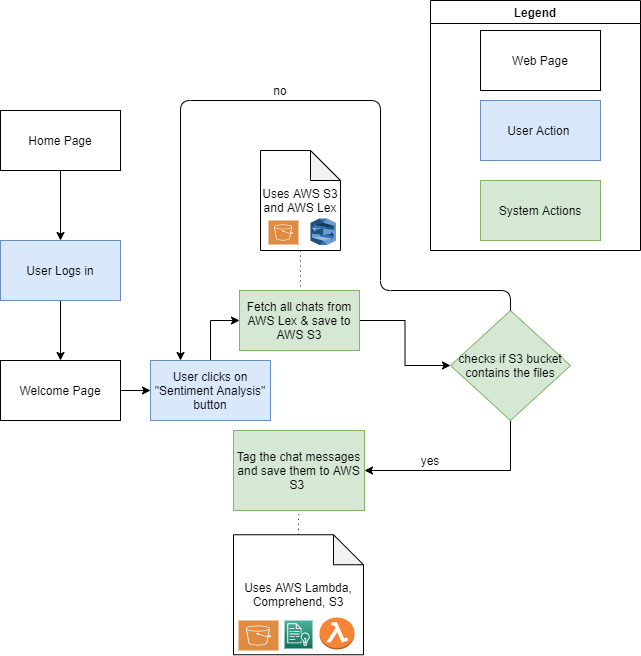
Earlier version of the draw.io export Diagrams/Analysis 2.png (AninditaGuha98/Learning-Management-System-serverless-application). Source tidied: cells renumbered, new cells last; positions are measured from the earlier drawing's top-left corner, leaving out a move shared by most shapes. Source of this version:
```xml
<mxGraphModel>
  <root>
    <mxCell id="0" />
    <mxCell id="1" parent="0" />
    <mxCell id="2" style="edgeStyle=orthogonalEdgeStyle;rounded=0;jettySize=auto;html=1;" parent="1" edge="1" source="3" target="5">
      <mxGeometry relative="1" as="geometry" />
    </mxCell>
    <mxCell id="3" value="Home Page" style="rounded=0;whiteSpace=wrap;html=1;" parent="1" vertex="1">
      <mxGeometry y="110" width="120" height="60" as="geometry" />
    </mxCell>
    <mxCell id="4" style="edgeStyle=orthogonalEdgeStyle;rounded=0;jettySize=auto;html=1;" parent="1" edge="1" source="5" target="6">
      <mxGeometry relative="1" as="geometry" />
    </mxCell>
    <mxCell id="5" value="User Logs in" style="rounded=0;whiteSpace=wrap;html=1;fillColor=#dae8fc;strokeColor=#6c8ebf;" parent="1" vertex="1">
      <mxGeometry y="240" width="120" height="60" as="geometry" />
    </mxCell>
    <mxCell id="6" value="Welcome Page" style="rounded=0;whiteSpace=wrap;html=1;" parent="1" vertex="1">
      <mxGeometry y="360" width="120" height="60" as="geometry" />
    </mxCell>
    <mxCell id="7" style="edgeStyle=orthogonalEdgeStyle;rounded=0;jettySize=auto;html=1;entryX=0;entryY=0.5;entryDx=0;entryDy=0;" parent="1" edge="1" source="8" target="11">
      <mxGeometry relative="1" as="geometry">
        <Array as="points">
          <mxPoint x="210" y="320" />
        </Array>
      </mxGeometry>
    </mxCell>
    <mxCell id="8" value="User clicks on &quot;Sentiment Analysis&quot; button" style="rounded=0;whiteSpace=wrap;html=1;fillColor=#dae8fc;strokeColor=#6c8ebf;" parent="1" vertex="1">
      <mxGeometry x="150" y="360" width="120" height="60" as="geometry" />
    </mxCell>
    <mxCell id="9" value="Tag the chat messages and save them to AWS S3&amp;nbsp;" style="rounded=0;whiteSpace=wrap;html=1;fillColor=#d5e8d4;strokeColor=#82b366;" parent="1" vertex="1">
      <mxGeometry x="233" y="430" width="131" height="80" as="geometry" />
    </mxCell>
    <mxCell id="10" style="edgeStyle=orthogonalEdgeStyle;rounded=0;jettySize=auto;html=1;endArrow=classic;endFill=1;entryX=0;entryY=0.5;entryDx=0;entryDy=0;" parent="1" edge="1" source="11" target="23">
      <mxGeometry relative="1" as="geometry" />
    </mxCell>
    <mxCell id="11" value="Fetch all chats from AWS Lex &amp;amp; save to AWS S3" style="rounded=0;whiteSpace=wrap;html=1;fillColor=#d5e8d4;strokeColor=#82b366;" parent="1" vertex="1">
      <mxGeometry x="239" y="290" width="120" height="60" as="geometry" />
    </mxCell>
    <mxCell id="12" style="edgeStyle=orthogonalEdgeStyle;rounded=0;jettySize=auto;html=1;dashed=1;dashPattern=1 4;endArrow=none;endFill=0;" parent="1" edge="1" source="13" target="11">
      <mxGeometry relative="1" as="geometry">
        <Array as="points">
          <mxPoint x="299" y="250" />
          <mxPoint x="299" y="250" />
        </Array>
      </mxGeometry>
    </mxCell>
    <mxCell id="13" value="Uses AWS S3 and AWS Lex" style="shape=note;whiteSpace=wrap;html=1;backgroundOutline=1;darkOpacity=0.05;" parent="1" vertex="1">
      <mxGeometry x="260" y="150" width="80" height="100" as="geometry" />
    </mxCell>
    <mxCell id="14" style="shadow=0;dashed=0;html=1;strokeColor=none;fillColor=#DF8C42;labelPosition=center;verticalLabelPosition=bottom;verticalAlign=top;align=center;shape=mxgraph.veeam2.aws_s3;" parent="1" vertex="1">
      <mxGeometry x="268" y="220" width="30" height="24" as="geometry" />
    </mxCell>
    <mxCell id="15" style="edgeStyle=orthogonalEdgeStyle;rounded=0;jettySize=auto;html=1;dashed=1;dashPattern=1 4;endArrow=none;endFill=0;" parent="1" edge="1" source="16" target="9">
      <mxGeometry relative="1" as="geometry" />
    </mxCell>
    <mxCell id="16" value="Uses AWS Lambda, Comprehend, S3" style="shape=note;whiteSpace=wrap;html=1;backgroundOutline=1;darkOpacity=0.05;" parent="1" vertex="1">
      <mxGeometry x="233" y="534.2" width="130" height="120" as="geometry" />
    </mxCell>
    <mxCell id="17" style="group;" parent="1" vertex="1">
      <mxGeometry x="430" width="210" height="250" as="geometry" />
    </mxCell>
    <mxCell id="18" value="System Actions" style="rounded=0;whiteSpace=wrap;html=1;fillColor=#d5e8d4;strokeColor=#82b366;" parent="17" vertex="1">
      <mxGeometry x="50" y="180" width="120" height="60" as="geometry" />
    </mxCell>
    <mxCell id="19" value="User Action&amp;nbsp;" style="rounded=0;whiteSpace=wrap;html=1;fillColor=#dae8fc;strokeColor=#6c8ebf;" parent="17" vertex="1">
      <mxGeometry x="50" y="100" width="120" height="60" as="geometry" />
    </mxCell>
    <mxCell id="20" value="Web Page" style="rounded=0;whiteSpace=wrap;html=1;" parent="17" vertex="1">
      <mxGeometry x="50" y="30" width="120" height="60" as="geometry" />
    </mxCell>
    <mxCell id="21" value="Legend" style="swimlane;" parent="17" vertex="1">
      <mxGeometry width="210" height="250" as="geometry" />
    </mxCell>
    <mxCell id="22" style="edgeStyle=orthogonalEdgeStyle;rounded=0;jettySize=auto;html=1;entryX=1;entryY=0.5;entryDx=0;entryDy=0;endArrow=classic;endFill=1;" parent="1" edge="1" source="23" target="9">
      <mxGeometry relative="1" as="geometry">
        <Array as="points">
          <mxPoint x="510" y="470" />
        </Array>
      </mxGeometry>
    </mxCell>
    <mxCell id="23" value="checks if S3 bucket contains the files" style="rhombus;whiteSpace=wrap;html=1;fillColor=#d5e8d4;strokeColor=#82b366;" parent="1" vertex="1">
      <mxGeometry x="450" y="310" width="120" height="110" as="geometry" />
    </mxCell>
    <mxCell id="24" value="yes" style="text;html=1;strokeColor=none;fillColor=none;align=center;verticalAlign=middle;whiteSpace=wrap;rounded=0;" parent="1" vertex="1">
      <mxGeometry x="410" y="450" width="40" height="20" as="geometry" />
    </mxCell>
    <mxCell id="25" style="endArrow=classic;html=1;entryX=0.25;entryY=0;entryDx=0;entryDy=0;exitX=0.5;exitY=0;exitDx=0;exitDy=0;" parent="1" edge="1" source="23" target="8">
      <mxGeometry relative="1" as="geometry">
        <Array as="points">
          <mxPoint x="510" y="290" />
          <mxPoint x="380" y="290" />
          <mxPoint x="380" y="100" />
          <mxPoint x="180" y="100" />
        </Array>
      </mxGeometry>
    </mxCell>
    <mxCell id="26" value="no" style="text;html=1;strokeColor=none;fillColor=none;align=center;verticalAlign=middle;whiteSpace=wrap;rounded=0;" parent="1" vertex="1">
      <mxGeometry x="260" y="80" width="40" height="20" as="geometry" />
    </mxCell>
    <mxCell id="27" style="edgeStyle=orthogonalEdgeStyle;rounded=0;jettySize=auto;html=1;endArrow=classic;endFill=1;" parent="1" edge="1" target="8">
      <mxGeometry relative="1" as="geometry">
        <mxPoint x="120" y="390" as="sourcePoint" />
      </mxGeometry>
    </mxCell>
    <mxCell id="28" style="dashed=0;verticalLabelPosition=bottom;verticalAlign=top;align=center;html=1;shape=mxgraph.aws3.lambda_function;fillColor=#F58534;gradientColor=none;" parent="1" vertex="1">
      <mxGeometry x="319" y="617" width="35" height="32" as="geometry" />
    </mxCell>
    <mxCell id="29" style="dashed=0;verticalLabelPosition=bottom;verticalAlign=top;align=center;html=1;shape=mxgraph.aws3.lex;fillColor=#2E73B8;gradientColor=none;" parent="1" vertex="1">
      <mxGeometry x="310" y="218" width="25.5" height="26.5" as="geometry" />
    </mxCell>
    <mxCell id="30" style="shadow=0;dashed=0;html=1;strokeColor=none;fillColor=#DF8C42;labelPosition=center;verticalLabelPosition=bottom;verticalAlign=top;align=center;shape=mxgraph.veeam2.aws_s3;" parent="1" vertex="1">
      <mxGeometry x="238" y="620" width="40" height="30" as="geometry" />
    </mxCell>
    <mxCell id="31" style="fontColor=#232F3E;gradientColor=#4AB29A;gradientDirection=north;fillColor=#116D5B;strokeColor=#ffffff;dashed=0;verticalLabelPosition=bottom;verticalAlign=top;align=center;html=1;fontSize=12;fontStyle=0;shape=mxgraph.aws4.resourceIcon;resIcon=mxgraph.aws4.comprehend;" parent="1" vertex="1">
      <mxGeometry x="284" y="620" width="28" height="28" as="geometry" />
    </mxCell>
  </root>
</mxGraphModel>
```
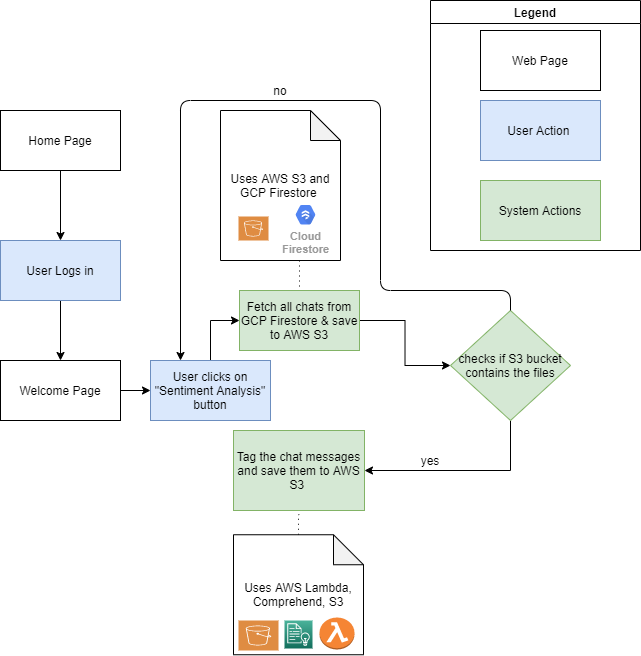
Later version of the same file.

Change to the diagram source:
```diff
@@ -33,7 +33,7 @@
     <mxCell id="10" style="edgeStyle=orthogonalEdgeStyle;rounded=0;jettySize=auto;html=1;endArrow=classic;endFill=1;entryX=0;entryY=0.5;entryDx=0;entryDy=0;" parent="1" edge="1" source="11" target="23">
       <mxGeometry relative="1" as="geometry" />
     </mxCell>
-    <mxCell id="11" value="Fetch all chats from AWS Lex &amp;amp; save to AWS S3" style="rounded=0;whiteSpace=wrap;html=1;fillColor=#d5e8d4;strokeColor=#82b366;" parent="1" vertex="1">
+    <mxCell id="11" value="Fetch all chats from GCP Firestore &amp;amp; save to AWS S3" style="rounded=0;whiteSpace=wrap;html=1;fillColor=#d5e8d4;strokeColor=#82b366;" parent="1" vertex="1">
       <mxGeometry x="239" y="290" width="120" height="60" as="geometry" />
     </mxCell>
     <mxCell id="12" style="edgeStyle=orthogonalEdgeStyle;rounded=0;jettySize=auto;html=1;dashed=1;dashPattern=1 4;endArrow=none;endFill=0;" parent="1" edge="1" source="13" target="11">
@@ -44,11 +44,11 @@
         </Array>
       </mxGeometry>
     </mxCell>
-    <mxCell id="13" value="Uses AWS S3 and AWS Lex" style="shape=note;whiteSpace=wrap;html=1;backgroundOutline=1;darkOpacity=0.05;" parent="1" vertex="1">
-      <mxGeometry x="260" y="150" width="80" height="100" as="geometry" />
+    <mxCell id="13" value="Uses AWS S3 and GCP Firestore&amp;nbsp;" style="shape=note;whiteSpace=wrap;html=1;backgroundOutline=1;darkOpacity=0.05;" parent="1" vertex="1">
+      <mxGeometry x="220" y="110" width="120" height="150" as="geometry" />
     </mxCell>
     <mxCell id="14" style="shadow=0;dashed=0;html=1;strokeColor=none;fillColor=#DF8C42;labelPosition=center;verticalLabelPosition=bottom;verticalAlign=top;align=center;shape=mxgraph.veeam2.aws_s3;" parent="1" vertex="1">
-      <mxGeometry x="268" y="220" width="30" height="24" as="geometry" />
+      <mxGeometry x="238" y="216" width="30" height="24" as="geometry" />
     </mxCell>
     <mxCell id="15" style="edgeStyle=orthogonalEdgeStyle;rounded=0;jettySize=auto;html=1;dashed=1;dashPattern=1 4;endArrow=none;endFill=0;" parent="1" edge="1" source="16" target="9">
       <mxGeometry relative="1" as="geometry" />
@@ -105,14 +105,14 @@
     <mxCell id="28" style="dashed=0;verticalLabelPosition=bottom;verticalAlign=top;align=center;html=1;shape=mxgraph.aws3.lambda_function;fillColor=#F58534;gradientColor=none;" parent="1" vertex="1">
       <mxGeometry x="319" y="617" width="35" height="32" as="geometry" />
     </mxCell>
-    <mxCell id="29" style="dashed=0;verticalLabelPosition=bottom;verticalAlign=top;align=center;html=1;shape=mxgraph.aws3.lex;fillColor=#2E73B8;gradientColor=none;" parent="1" vertex="1">
-      <mxGeometry x="310" y="218" width="25.5" height="26.5" as="geometry" />
-    </mxCell>
     <mxCell id="30" style="shadow=0;dashed=0;html=1;strokeColor=none;fillColor=#DF8C42;labelPosition=center;verticalLabelPosition=bottom;verticalAlign=top;align=center;shape=mxgraph.veeam2.aws_s3;" parent="1" vertex="1">
       <mxGeometry x="238" y="620" width="40" height="30" as="geometry" />
     </mxCell>
     <mxCell id="31" style="fontColor=#232F3E;gradientColor=#4AB29A;gradientDirection=north;fillColor=#116D5B;strokeColor=#ffffff;dashed=0;verticalLabelPosition=bottom;verticalAlign=top;align=center;html=1;fontSize=12;fontStyle=0;shape=mxgraph.aws4.resourceIcon;resIcon=mxgraph.aws4.comprehend;" parent="1" vertex="1">
       <mxGeometry x="284" y="620" width="28" height="28" as="geometry" />
     </mxCell>
+    <mxCell id="32" value="Cloud&#10;Firestore" style="html=1;fillColor=#5184F3;strokeColor=none;verticalAlign=top;labelPosition=center;verticalLabelPosition=bottom;align=center;spacingTop=-6;fontSize=11;fontStyle=1;fontColor=#999999;shape=mxgraph.gcp2.hexIcon;prIcon=cloud_firestore;" parent="1" vertex="1">
+      <mxGeometry x="290" y="200" width="30" height="28.5" as="geometry" />
+    </mxCell>
   </root>
 </mxGraphModel>
```
